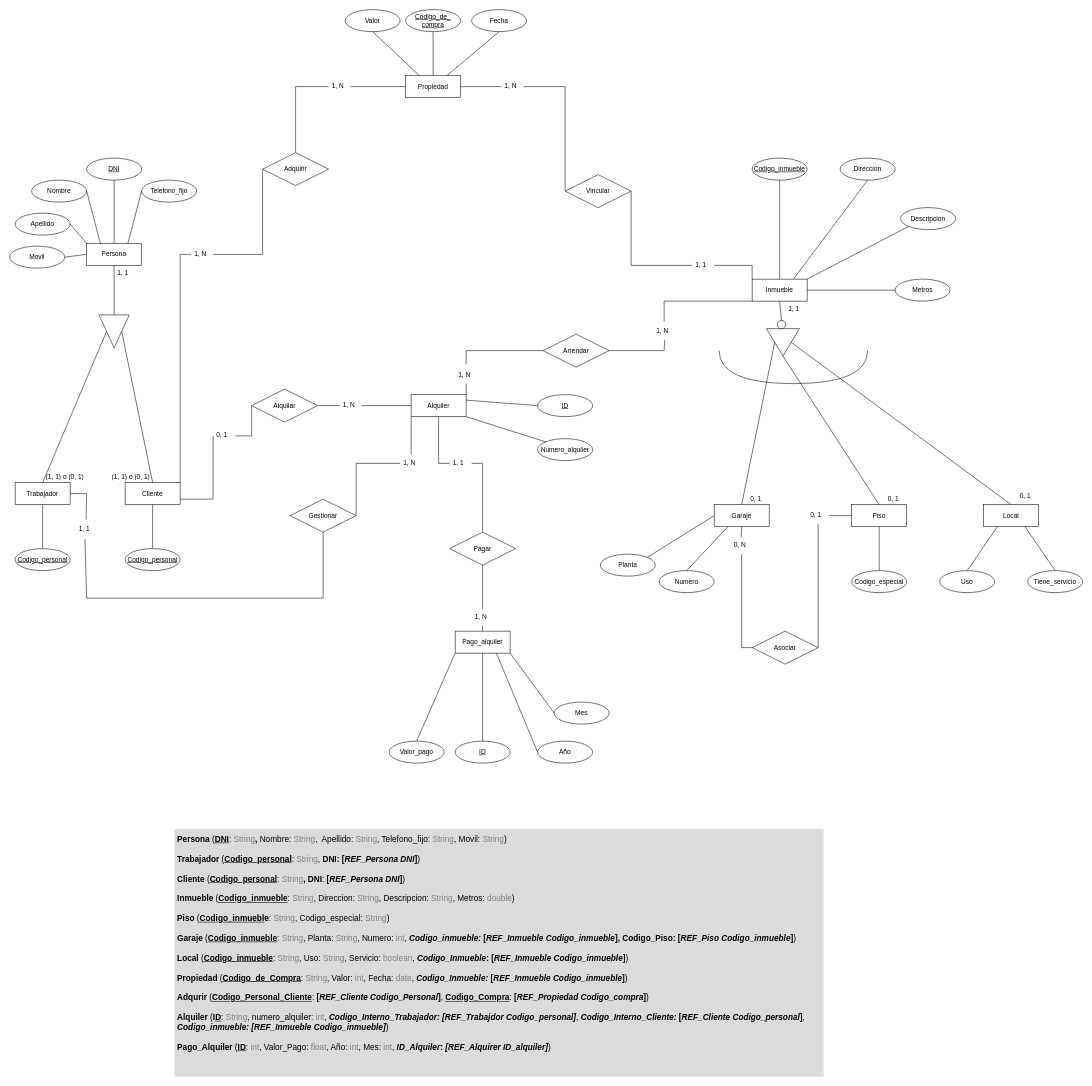
The draw.io diagram Actividad_18_C3_UD12.drawio in jordimall/jmg-tsys-ta12diagramasER-drawio-111023, before the edit. Source tidied: cells renumbered, new cells numbered last; positions are measured from the earlier drawing's top-left corner, leaving out a move shared by most shapes. Both pictures are drawn from the tidied source at 55%, with x=0, y=0 at pixel (9, 9).
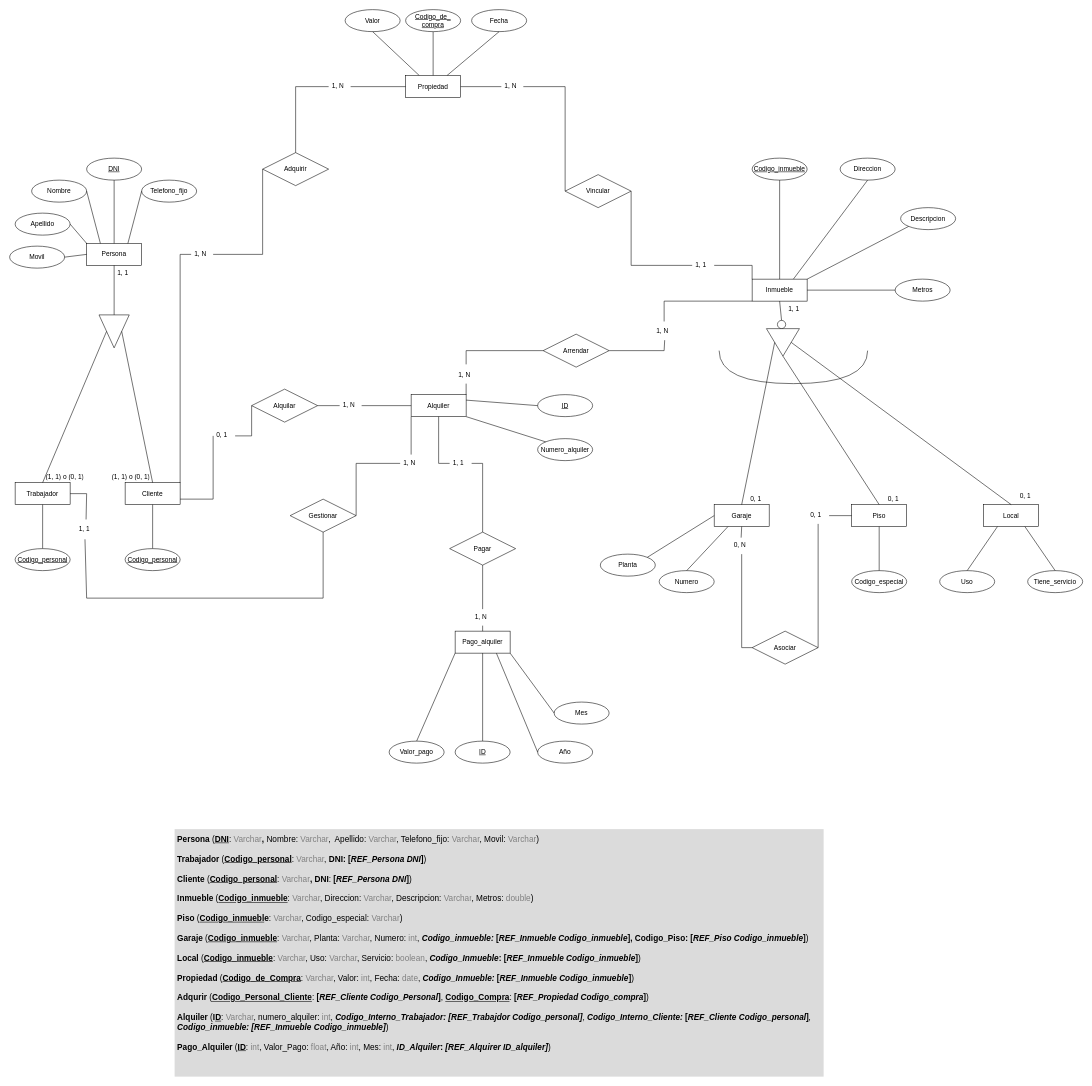
Above is the later version.

The edit, as a diff of the source:
```diff
@@
-    <mxCell id="107" value="&lt;div style=&quot;line-height: 120%;&quot;&gt;&lt;font style=&quot;font-size: 15px;&quot;&gt;&lt;b&gt;Persona &lt;/b&gt;(&lt;u style=&quot;font-weight: bold;&quot;&gt;DNI&lt;/u&gt;:&lt;b&gt;&amp;nbsp;&lt;/b&gt;&lt;/font&gt;&lt;font style=&quot;font-size: 15px;&quot;&gt;&lt;font color=&quot;#808080&quot;&gt;String&lt;/font&gt;&lt;b&gt;,&lt;/b&gt; Nombre:&amp;nbsp;&lt;/font&gt;&lt;font color=&quot;#808080&quot;&gt;String&lt;/font&gt;&lt;font style=&quot;font-size: 15px;&quot;&gt;,&amp;nbsp; Apellido:&amp;nbsp;&lt;/font&gt;&lt;font style=&quot;font-size: 15px;&quot;&gt;&lt;font color=&quot;#808080&quot;&gt;String&lt;/font&gt;, Telefono_fijo:&amp;nbsp;&lt;/font&gt;&lt;font color=&quot;#808080&quot;&gt;String&lt;/font&gt;&lt;font style=&quot;font-size: 15px;&quot;&gt;, Movil:&amp;nbsp;&lt;/font&gt;&lt;font color=&quot;#808080&quot;&gt;String&lt;/font&gt;&lt;span style=&quot;background-color: rgb(219, 219, 219);&quot;&gt;&lt;font style=&quot;font-size: 15px;&quot;&gt;)&lt;/font&gt;&lt;/span&gt;&lt;/div&gt;&lt;div style=&quot;line-height: 120%;&quot;&gt;&lt;span style=&quot;background-color: rgb(219, 219, 219);&quot;&gt;&lt;font style=&quot;font-size: 15px;&quot;&gt;&lt;br&gt;&lt;/font&gt;&lt;/span&gt;&lt;/div&gt;&lt;div style=&quot;line-height: 120%;&quot;&gt;&lt;font style=&quot;font-size: 15px;&quot;&gt;&lt;b&gt;Trabajador &lt;/b&gt;(&lt;u&gt;&lt;b&gt;Codigo_personal&lt;/b&gt;&lt;/u&gt;: &lt;font style=&quot;&quot; color=&quot;#808080&quot;&gt;String&lt;/font&gt;, &lt;b&gt;DNI: [&lt;i&gt;REF_Persona DNI&lt;/i&gt;]&lt;/b&gt;)&lt;/font&gt;&lt;/div&gt;&lt;div style=&quot;line-height: 120%;&quot;&gt;&lt;font style=&quot;font-size: 15px;&quot;&gt;&lt;br&gt;&lt;/font&gt;&lt;/div&gt;&lt;div style=&quot;line-height: 120%;&quot;&gt;&lt;font style=&quot;font-size: 15px;&quot;&gt;&lt;b&gt;Cliente &lt;/b&gt;(&lt;/font&gt;&lt;font style=&quot;font-size: 15px;&quot;&gt;&lt;u style=&quot;font-weight: bold;&quot;&gt;Codigo_personal&lt;/u&gt;:&lt;b&gt;&amp;nbsp;&lt;/b&gt;&lt;/font&gt;&lt;font color=&quot;#808080&quot;&gt;String&lt;/font&gt;&lt;font style=&quot;font-size: 15px;&quot;&gt;&lt;b&gt;,&lt;/b&gt;&amp;nbsp;&lt;b&gt;DNI&lt;/b&gt;:&amp;nbsp;&lt;/font&gt;&lt;b&gt;[&lt;i&gt;REF_Persona DNI&lt;/i&gt;]&lt;/b&gt;&lt;span style=&quot;background-color: rgb(219, 219, 219);&quot;&gt;&lt;font style=&quot;font-size: 15px;&quot;&gt;)&lt;/font&gt;&lt;/span&gt;&lt;/div&gt;&lt;div style=&quot;line-height: 120%;&quot;&gt;&lt;span style=&quot;background-color: rgb(219, 219, 219);&quot;&gt;&lt;font style=&quot;font-size: 15px;&quot;&gt;&lt;br&gt;&lt;/font&gt;&lt;/span&gt;&lt;/div&gt;&lt;div style=&quot;line-height: 120%;&quot;&gt;&lt;font style=&quot;font-size: 15px;&quot;&gt;&lt;b&gt;Inmueble &lt;/b&gt;(&lt;u style=&quot;font-weight: bold;&quot;&gt;Codigo_inmueble&lt;/u&gt;:&amp;nbsp;&lt;/font&gt;&lt;font color=&quot;#808080&quot;&gt;String&lt;/font&gt;&lt;font style=&quot;font-size: 15px;&quot;&gt;, Direccion:&amp;nbsp;&lt;/font&gt;&lt;font color=&quot;#808080&quot;&gt;String&lt;/font&gt;&lt;font style=&quot;font-size: 15px;&quot;&gt;, Descripcion:&amp;nbsp;&lt;/font&gt;&lt;font color=&quot;#808080&quot;&gt;String&lt;/font&gt;&lt;span style=&quot;background-color: rgb(219, 219, 219);&quot;&gt;&lt;font style=&quot;font-size: 15px;&quot;&gt;, Metros: &lt;font color=&quot;#808080&quot;&gt;double&lt;/font&gt;)&lt;/font&gt;&lt;/span&gt;&lt;/div&gt;&lt;div style=&quot;line-height: 120%;&quot;&gt;&lt;span style=&quot;background-color: rgb(219, 219, 219);&quot;&gt;&lt;font style=&quot;font-size: 15px;&quot;&gt;&lt;br&gt;&lt;/font&gt;&lt;/span&gt;&lt;/div&gt;&lt;div style=&quot;line-height: 120%;&quot;&gt;&lt;font style=&quot;font-size: 15px;&quot;&gt;&lt;b&gt;Piso &lt;/b&gt;(&lt;u style=&quot;font-weight: bold;&quot;&gt;Codigo_inmuebl&lt;/u&gt;&lt;b&gt;e&lt;/b&gt;:&lt;b&gt;&amp;nbsp;&lt;/b&gt;&lt;/font&gt;&lt;font style=&quot;&quot; color=&quot;#808080&quot;&gt;String&lt;/font&gt;&lt;font style=&quot;font-size: 15px;&quot;&gt;, Codigo_especial:&amp;nbsp;&lt;/font&gt;&lt;font color=&quot;#808080&quot;&gt;String&lt;/font&gt;&lt;span style=&quot;background-color: rgb(219, 219, 219);&quot;&gt;&lt;font style=&quot;font-size: 15px;&quot;&gt;)&lt;/font&gt;&lt;/span&gt;&lt;/div&gt;&lt;div style=&quot;line-height: 120%;&quot;&gt;&lt;span style=&quot;background-color: rgb(219, 219, 219);&quot;&gt;&lt;font style=&quot;font-size: 15px;&quot;&gt;&lt;br&gt;&lt;/font&gt;&lt;/span&gt;&lt;/div&gt;&lt;div style=&quot;line-height: 120%;&quot;&gt;&lt;font style=&quot;font-size: 15px;&quot;&gt;&lt;b&gt;Garaje &lt;/b&gt;(&lt;u style=&quot;font-weight: bold;&quot;&gt;Codigo_inmueble&lt;/u&gt;:&amp;nbsp;&lt;/font&gt;&lt;font style=&quot;&quot; color=&quot;#808080&quot;&gt;String&lt;/font&gt;&lt;font style=&quot;font-size: 15px;&quot;&gt;, Planta:&amp;nbsp;&lt;/font&gt;&lt;font color=&quot;#808080&quot;&gt;String&lt;/font&gt;&lt;font style=&quot;font-size: 15px;&quot;&gt;, Numero: &lt;font color=&quot;#808080&quot;&gt;int&lt;/font&gt;, &lt;i&gt;&lt;b&gt;Codigo_inmueble:&amp;nbsp;&lt;/b&gt;&lt;/i&gt;&lt;/font&gt;&lt;b&gt;[&lt;i&gt;REF_Inmueble Codigo_inmueble&lt;/i&gt;], Codigo_Piso: [&lt;i&gt;REF_Piso Codigo_inmueble&lt;/i&gt;]&lt;/b&gt;&lt;span style=&quot;background-color: rgb(219, 219, 219);&quot;&gt;&lt;font style=&quot;font-size: 15px;&quot;&gt;)&lt;/font&gt;&lt;/span&gt;&lt;/div&gt;&lt;div style=&quot;line-height: 120%;&quot;&gt;&lt;span style=&quot;background-color: rgb(219, 219, 219);&quot;&gt;&lt;font style=&quot;font-size: 15px;&quot;&gt;&lt;br&gt;&lt;/font&gt;&lt;/span&gt;&lt;/div&gt;&lt;div style=&quot;line-height: 120%;&quot;&gt;&lt;font style=&quot;font-size: 15px;&quot;&gt;&lt;b&gt;Local &lt;/b&gt;(&lt;u style=&quot;font-weight: bold;&quot;&gt;Codigo_inmueble&lt;/u&gt;:&amp;nbsp;&lt;/font&gt;&lt;font style=&quot;&quot; color=&quot;#808080&quot;&gt;String&lt;/font&gt;&lt;font style=&quot;font-size: 15px;&quot;&gt;, Uso: &lt;font color=&quot;#808080&quot;&gt;String&lt;/font&gt;, Servicio: &lt;font color=&quot;#808080&quot;&gt;boolean&lt;/font&gt;, &lt;b&gt;&lt;i&gt;Codigo_Inmueble&lt;/i&gt;:&amp;nbsp;&lt;/b&gt;&lt;/font&gt;&lt;b&gt;[&lt;i&gt;REF_Inmueble Codigo_inmueble&lt;/i&gt;]&lt;/b&gt;&lt;span style=&quot;background-color: rgb(219, 219, 219);&quot;&gt;&lt;font style=&quot;font-size: 15px;&quot;&gt;)&amp;nbsp;&lt;/font&gt;&lt;/span&gt;&lt;/div&gt;&lt;div style=&quot;line-height: 120%;&quot;&gt;&lt;span style=&quot;background-color: rgb(219, 219, 219);&quot;&gt;&lt;font style=&quot;font-size: 15px;&quot;&gt;&lt;br&gt;&lt;/font&gt;&lt;/span&gt;&lt;/div&gt;&lt;div style=&quot;line-height: 120%;&quot;&gt;&lt;font style=&quot;font-size: 15px;&quot;&gt;&lt;b&gt;Propiedad &lt;/b&gt;(&lt;b&gt;&lt;u&gt;Codigo_de_Compra&lt;/u&gt;&lt;/b&gt;:&amp;nbsp;&lt;/font&gt;&lt;font style=&quot;&quot; color=&quot;#808080&quot;&gt;String&lt;/font&gt;&lt;font style=&quot;font-size: 15px;&quot;&gt;, Valor: &lt;font color=&quot;#808080&quot;&gt;int&lt;/font&gt;, Fecha: &lt;font color=&quot;#808080&quot;&gt;date&lt;/font&gt;, &lt;i&gt;&lt;b&gt;Codigo_Inmueble:&amp;nbsp;&lt;/b&gt;&lt;/i&gt;&lt;/font&gt;&lt;b&gt;[&lt;i&gt;REF_Inmueble Codigo_inmueble&lt;/i&gt;]&lt;/b&gt;&lt;span style=&quot;background-color: rgb(219, 219, 219);&quot;&gt;&lt;font style=&quot;font-size: 15px;&quot;&gt;)&lt;/font&gt;&lt;/span&gt;&lt;/div&gt;&lt;div style=&quot;line-height: 120%;&quot;&gt;&lt;span style=&quot;background-color: rgb(219, 219, 219);&quot;&gt;&lt;font style=&quot;font-size: 15px;&quot;&gt;&lt;br&gt;&lt;/font&gt;&lt;/span&gt;&lt;/div&gt;&lt;div style=&quot;line-height: 120%;&quot;&gt;&lt;b&gt;Adqurir &lt;/b&gt;(&lt;u style=&quot;font-weight: bold;&quot;&gt;Codigo_Personal_Cliente&lt;/u&gt;: &lt;b&gt;[&lt;i&gt;REF_Cliente Codigo_Personal&lt;/i&gt;]&lt;/b&gt;, &lt;u style=&quot;font-weight: bold;&quot;&gt;Codigo_Compra&lt;/u&gt;: &lt;b&gt;[&lt;i&gt;REF_Propiedad Codigo_compra&lt;/i&gt;]&lt;/b&gt;&lt;span style=&quot;background-color: initial;&quot;&gt;)&lt;/span&gt;&lt;/div&gt;&lt;div style=&quot;line-height: 120%;&quot;&gt;&lt;span style=&quot;background-color: initial;&quot;&gt;&lt;br&gt;&lt;/span&gt;&lt;/div&gt;&lt;div style=&quot;line-height: 120%;&quot;&gt;&lt;font style=&quot;border-color: var(--border-color);&quot;&gt;&lt;b style=&quot;border-color: var(--border-color);&quot;&gt;Alquiler&amp;nbsp;&lt;/b&gt;(&lt;b style=&quot;border-color: var(--border-color);&quot;&gt;I&lt;/b&gt;&lt;u style=&quot;border-color: var(--border-color); font-weight: bold;&quot;&gt;D&lt;/u&gt;:&amp;nbsp;&lt;/font&gt;&lt;span style=&quot;border-color: var(--border-color);&quot;&gt;&lt;font color=&quot;#808080&quot;&gt;String&lt;/font&gt;&lt;/span&gt;&lt;font style=&quot;border-color: var(--border-color);&quot;&gt;, numero_alquiler: &lt;font color=&quot;#808080&quot;&gt;int&lt;/font&gt;,&amp;nbsp;&lt;i style=&quot;border-color: var(--border-color);&quot;&gt;&lt;b&gt;Codigo_Interno_Trabajador: [REF_Trabajdor Codigo_personal]&lt;/b&gt;&lt;/i&gt;&lt;/font&gt;&lt;font style=&quot;border-color: var(--border-color);&quot;&gt;,&amp;nbsp;&lt;b&gt;&lt;i style=&quot;border-color: var(--border-color);&quot;&gt;Codigo_Interno_Cliente: &lt;/i&gt;&lt;span style=&quot;border-color: var(--border-color);&quot;&gt;[&lt;i&gt;REF_Cliente Codigo_personal&lt;/i&gt;]&lt;/span&gt;&lt;/b&gt;&lt;/font&gt;&lt;font style=&quot;border-color: var(--border-color);&quot;&gt;&lt;i style=&quot;border-color: var(--border-color);&quot;&gt;, &lt;b&gt;Codigo_inmueble:&amp;nbsp;&lt;/b&gt;&lt;/i&gt;&lt;/font&gt;&lt;i&gt;&lt;b&gt;[REF_Inmueble Codigo_inmueble]&lt;/b&gt;&lt;/i&gt;&lt;font style=&quot;border-color: var(--border-color);&quot;&gt;)&lt;/font&gt;&lt;span style=&quot;background-color: initial;&quot;&gt;&lt;br&gt;&lt;/span&gt;&lt;/div&gt;&lt;div style=&quot;line-height: 120%;&quot;&gt;&lt;font style=&quot;border-color: var(--border-color);&quot;&gt;&lt;br&gt;&lt;/font&gt;&lt;/div&gt;&lt;div style=&quot;line-height: 120%;&quot;&gt;&lt;font style=&quot;border-color: var(--border-color);&quot;&gt;&lt;b&gt;Pago_Alquiler &lt;/b&gt;(&lt;b&gt;&lt;u&gt;ID&lt;/u&gt;&lt;/b&gt;: &lt;font color=&quot;#808080&quot;&gt;int&lt;/font&gt;, Valor_Pago: &lt;font color=&quot;#808080&quot;&gt;float&lt;/font&gt;, Año: &lt;font color=&quot;#808080&quot;&gt;int&lt;/font&gt;, Mes: &lt;font color=&quot;#808080&quot;&gt;int&lt;/font&gt;, &lt;b&gt;&lt;i&gt;ID_Alquiler&lt;/i&gt;: &lt;i&gt;[REF_Alquirer ID_alquiler&lt;/i&gt;&lt;/b&gt;&lt;/font&gt;&lt;i style=&quot;background-color: initial;&quot;&gt;&lt;b&gt;]&lt;/b&gt;&lt;/i&gt;&lt;span style=&quot;background-color: initial;&quot;&gt;)&lt;/span&gt;&lt;/div&gt;&lt;div style=&quot;line-height: 120%;&quot;&gt;&lt;font style=&quot;border-color: var(--border-color);&quot;&gt;&lt;br&gt;&lt;/font&gt;&lt;/div&gt;" style="text;html=1;strokeColor=none;fillColor=#dbdbdb;align=left;verticalAlign=top;whiteSpace=wrap;rounded=0;fontSize=15;spacing=5;" parent="1" vertex="1">
+    <mxCell id="107" value="&lt;div style=&quot;line-height: 120%;&quot;&gt;&lt;font style=&quot;font-size: 15px;&quot;&gt;&lt;b&gt;Persona &lt;/b&gt;(&lt;u style=&quot;font-weight: bold;&quot;&gt;DNI&lt;/u&gt;:&lt;b&gt;&amp;nbsp;&lt;/b&gt;&lt;/font&gt;&lt;font style=&quot;font-size: 15px;&quot;&gt;&lt;font color=&quot;#808080&quot;&gt;Varchar&lt;/font&gt;&lt;b&gt;,&lt;/b&gt; Nombre:&amp;nbsp;&lt;/font&gt;&lt;font style=&quot;font-size: 15px;&quot;&gt;&lt;font color=&quot;#808080&quot;&gt;Varchar&lt;/font&gt;,&amp;nbsp; Apellido:&amp;nbsp;&lt;/font&gt;&lt;font style=&quot;font-size: 15px;&quot;&gt;&lt;font color=&quot;#808080&quot;&gt;Varchar&lt;/font&gt;, Telefono_fijo:&amp;nbsp;&lt;/font&gt;&lt;font color=&quot;#808080&quot;&gt;Varchar&lt;/font&gt;&lt;font style=&quot;font-size: 15px;&quot;&gt;, Movil: &lt;font color=&quot;#808080&quot;&gt;V&lt;/font&gt;&lt;/font&gt;&lt;font color=&quot;#808080&quot;&gt;archar&lt;/font&gt;&lt;span style=&quot;background-color: rgb(219, 219, 219);&quot;&gt;&lt;font style=&quot;font-size: 15px;&quot;&gt;)&lt;/font&gt;&lt;/span&gt;&lt;/div&gt;&lt;div style=&quot;line-height: 120%;&quot;&gt;&lt;span style=&quot;background-color: rgb(219, 219, 219);&quot;&gt;&lt;font style=&quot;font-size: 15px;&quot;&gt;&lt;br&gt;&lt;/font&gt;&lt;/span&gt;&lt;/div&gt;&lt;div style=&quot;line-height: 120%;&quot;&gt;&lt;font style=&quot;font-size: 15px;&quot;&gt;&lt;b&gt;Trabajador &lt;/b&gt;(&lt;u&gt;&lt;b&gt;Codigo_personal&lt;/b&gt;&lt;/u&gt;: &lt;font style=&quot;&quot; color=&quot;#808080&quot;&gt;Varchar&lt;/font&gt;, &lt;b&gt;DNI: [&lt;i&gt;REF_Persona DNI&lt;/i&gt;]&lt;/b&gt;)&lt;/font&gt;&lt;/div&gt;&lt;div style=&quot;line-height: 120%;&quot;&gt;&lt;font style=&quot;font-size: 15px;&quot;&gt;&lt;br&gt;&lt;/font&gt;&lt;/div&gt;&lt;div style=&quot;line-height: 120%;&quot;&gt;&lt;font style=&quot;font-size: 15px;&quot;&gt;&lt;b&gt;Cliente &lt;/b&gt;(&lt;/font&gt;&lt;font style=&quot;font-size: 15px;&quot;&gt;&lt;u style=&quot;font-weight: bold;&quot;&gt;Codigo_personal&lt;/u&gt;:&lt;b&gt;&amp;nbsp;&lt;/b&gt;&lt;/font&gt;&lt;font color=&quot;#808080&quot;&gt;Varchar&lt;/font&gt;&lt;font style=&quot;font-size: 15px;&quot;&gt;&lt;b&gt;,&lt;/b&gt;&amp;nbsp;&lt;b&gt;DNI&lt;/b&gt;:&amp;nbsp;&lt;/font&gt;&lt;b&gt;[&lt;i&gt;REF_Persona DNI&lt;/i&gt;]&lt;/b&gt;&lt;span style=&quot;background-color: rgb(219, 219, 219);&quot;&gt;&lt;font style=&quot;font-size: 15px;&quot;&gt;)&lt;/font&gt;&lt;/span&gt;&lt;/div&gt;&lt;div style=&quot;line-height: 120%;&quot;&gt;&lt;span style=&quot;background-color: rgb(219, 219, 219);&quot;&gt;&lt;font style=&quot;font-size: 15px;&quot;&gt;&lt;br&gt;&lt;/font&gt;&lt;/span&gt;&lt;/div&gt;&lt;div style=&quot;line-height: 120%;&quot;&gt;&lt;font style=&quot;font-size: 15px;&quot;&gt;&lt;b&gt;Inmueble &lt;/b&gt;(&lt;u style=&quot;font-weight: bold;&quot;&gt;Codigo_inmueble&lt;/u&gt;:&amp;nbsp;&lt;/font&gt;&lt;font color=&quot;#808080&quot;&gt;Varchar&lt;/font&gt;&lt;font style=&quot;font-size: 15px;&quot;&gt;, Direccion:&amp;nbsp;&lt;/font&gt;&lt;font color=&quot;#808080&quot;&gt;Varchar&lt;/font&gt;&lt;font style=&quot;font-size: 15px;&quot;&gt;, Descripcion:&amp;nbsp;&lt;/font&gt;&lt;font color=&quot;#808080&quot;&gt;Varchar&lt;/font&gt;&lt;span style=&quot;background-color: rgb(219, 219, 219);&quot;&gt;&lt;font style=&quot;font-size: 15px;&quot;&gt;, Metros: &lt;font color=&quot;#808080&quot;&gt;double&lt;/font&gt;)&lt;/font&gt;&lt;/span&gt;&lt;/div&gt;&lt;div style=&quot;line-height: 120%;&quot;&gt;&lt;span style=&quot;background-color: rgb(219, 219, 219);&quot;&gt;&lt;font style=&quot;font-size: 15px;&quot;&gt;&lt;br&gt;&lt;/font&gt;&lt;/span&gt;&lt;/div&gt;&lt;div style=&quot;line-height: 120%;&quot;&gt;&lt;font style=&quot;font-size: 15px;&quot;&gt;&lt;b&gt;Piso &lt;/b&gt;(&lt;u style=&quot;font-weight: bold;&quot;&gt;Codigo_inmuebl&lt;/u&gt;&lt;b&gt;e&lt;/b&gt;:&lt;b&gt;&amp;nbsp;&lt;/b&gt;&lt;/font&gt;&lt;font style=&quot;&quot; color=&quot;#808080&quot;&gt;Varchar&lt;/font&gt;&lt;font style=&quot;font-size: 15px;&quot;&gt;, Codigo_especial:&amp;nbsp;&lt;/font&gt;&lt;font color=&quot;#808080&quot;&gt;Varchar&lt;/font&gt;&lt;span style=&quot;background-color: rgb(219, 219, 219);&quot;&gt;&lt;font style=&quot;font-size: 15px;&quot;&gt;)&lt;/font&gt;&lt;/span&gt;&lt;/div&gt;&lt;div style=&quot;line-height: 120%;&quot;&gt;&lt;span style=&quot;background-color: rgb(219, 219, 219);&quot;&gt;&lt;font style=&quot;font-size: 15px;&quot;&gt;&lt;br&gt;&lt;/font&gt;&lt;/span&gt;&lt;/div&gt;&lt;div style=&quot;line-height: 120%;&quot;&gt;&lt;font style=&quot;font-size: 15px;&quot;&gt;&lt;b&gt;Garaje &lt;/b&gt;(&lt;u style=&quot;font-weight: bold;&quot;&gt;Codigo_inmueble&lt;/u&gt;:&amp;nbsp;&lt;/font&gt;&lt;font style=&quot;&quot; color=&quot;#808080&quot;&gt;Varchar&lt;/font&gt;&lt;font style=&quot;font-size: 15px;&quot;&gt;, Planta:&amp;nbsp;&lt;/font&gt;&lt;font color=&quot;#808080&quot;&gt;Varchar&lt;/font&gt;&lt;font style=&quot;font-size: 15px;&quot;&gt;, Numero: &lt;font color=&quot;#808080&quot;&gt;int&lt;/font&gt;, &lt;i&gt;&lt;b&gt;Codigo_inmueble:&amp;nbsp;&lt;/b&gt;&lt;/i&gt;&lt;/font&gt;&lt;b&gt;[&lt;i&gt;REF_Inmueble Codigo_inmueble&lt;/i&gt;], Codigo_Piso: [&lt;i&gt;REF_Piso Codigo_inmueble&lt;/i&gt;]&lt;/b&gt;&lt;span style=&quot;background-color: rgb(219, 219, 219);&quot;&gt;&lt;font style=&quot;font-size: 15px;&quot;&gt;)&lt;/font&gt;&lt;/span&gt;&lt;/div&gt;&lt;div style=&quot;line-height: 120%;&quot;&gt;&lt;span style=&quot;background-color: rgb(219, 219, 219);&quot;&gt;&lt;font style=&quot;font-size: 15px;&quot;&gt;&lt;br&gt;&lt;/font&gt;&lt;/span&gt;&lt;/div&gt;&lt;div style=&quot;line-height: 120%;&quot;&gt;&lt;font style=&quot;font-size: 15px;&quot;&gt;&lt;b&gt;Local &lt;/b&gt;(&lt;u style=&quot;font-weight: bold;&quot;&gt;Codigo_inmueble&lt;/u&gt;:&amp;nbsp;&lt;/font&gt;&lt;font style=&quot;&quot; color=&quot;#808080&quot;&gt;Varchar&lt;/font&gt;&lt;font style=&quot;font-size: 15px;&quot;&gt;, Uso: &lt;font color=&quot;#808080&quot;&gt;Varchar&lt;/font&gt;, Servicio: &lt;font color=&quot;#808080&quot;&gt;boolean&lt;/font&gt;, &lt;b&gt;&lt;i&gt;Codigo_Inmueble&lt;/i&gt;:&amp;nbsp;&lt;/b&gt;&lt;/font&gt;&lt;b&gt;[&lt;i&gt;REF_Inmueble Codigo_inmueble&lt;/i&gt;]&lt;/b&gt;&lt;span style=&quot;background-color: rgb(219, 219, 219);&quot;&gt;&lt;font style=&quot;font-size: 15px;&quot;&gt;)&amp;nbsp;&lt;/font&gt;&lt;/span&gt;&lt;/div&gt;&lt;div style=&quot;line-height: 120%;&quot;&gt;&lt;span style=&quot;background-color: rgb(219, 219, 219);&quot;&gt;&lt;font style=&quot;font-size: 15px;&quot;&gt;&lt;br&gt;&lt;/font&gt;&lt;/span&gt;&lt;/div&gt;&lt;div style=&quot;line-height: 120%;&quot;&gt;&lt;font style=&quot;font-size: 15px;&quot;&gt;&lt;b&gt;Propiedad &lt;/b&gt;(&lt;b&gt;&lt;u&gt;Codigo_de_Compra&lt;/u&gt;&lt;/b&gt;:&amp;nbsp;&lt;/font&gt;&lt;font style=&quot;&quot; color=&quot;#808080&quot;&gt;Varchar&lt;/font&gt;&lt;font style=&quot;font-size: 15px;&quot;&gt;, Valor: &lt;font color=&quot;#808080&quot;&gt;int&lt;/font&gt;, Fecha: &lt;font color=&quot;#808080&quot;&gt;date&lt;/font&gt;, &lt;i&gt;&lt;b&gt;Codigo_Inmueble:&amp;nbsp;&lt;/b&gt;&lt;/i&gt;&lt;/font&gt;&lt;b&gt;[&lt;i&gt;REF_Inmueble Codigo_inmueble&lt;/i&gt;]&lt;/b&gt;&lt;span style=&quot;background-color: rgb(219, 219, 219);&quot;&gt;&lt;font style=&quot;font-size: 15px;&quot;&gt;)&lt;/font&gt;&lt;/span&gt;&lt;/div&gt;&lt;div style=&quot;line-height: 120%;&quot;&gt;&lt;span style=&quot;background-color: rgb(219, 219, 219);&quot;&gt;&lt;font style=&quot;font-size: 15px;&quot;&gt;&lt;br&gt;&lt;/font&gt;&lt;/span&gt;&lt;/div&gt;&lt;div style=&quot;line-height: 120%;&quot;&gt;&lt;b&gt;Adqurir &lt;/b&gt;(&lt;u style=&quot;font-weight: bold;&quot;&gt;Codigo_Personal_Cliente&lt;/u&gt;: &lt;b&gt;[&lt;i&gt;REF_Cliente Codigo_Personal&lt;/i&gt;]&lt;/b&gt;, &lt;u style=&quot;font-weight: bold;&quot;&gt;Codigo_Compra&lt;/u&gt;: &lt;b&gt;[&lt;i&gt;REF_Propiedad Codigo_compra&lt;/i&gt;]&lt;/b&gt;&lt;span style=&quot;background-color: initial;&quot;&gt;)&lt;/span&gt;&lt;/div&gt;&lt;div style=&quot;line-height: 120%;&quot;&gt;&lt;span style=&quot;background-color: initial;&quot;&gt;&lt;br&gt;&lt;/span&gt;&lt;/div&gt;&lt;div style=&quot;line-height: 120%;&quot;&gt;&lt;font style=&quot;border-color: var(--border-color);&quot;&gt;&lt;b style=&quot;border-color: var(--border-color);&quot;&gt;Alquiler&amp;nbsp;&lt;/b&gt;(&lt;b style=&quot;border-color: var(--border-color);&quot;&gt;I&lt;/b&gt;&lt;u style=&quot;border-color: var(--border-color); font-weight: bold;&quot;&gt;D&lt;/u&gt;:&amp;nbsp;&lt;/font&gt;&lt;span style=&quot;border-color: var(--border-color);&quot;&gt;&lt;font color=&quot;#808080&quot;&gt;Varchar&lt;/font&gt;&lt;/span&gt;&lt;font style=&quot;border-color: var(--border-color);&quot;&gt;, numero_alquiler: &lt;font color=&quot;#808080&quot;&gt;int&lt;/font&gt;,&amp;nbsp;&lt;i style=&quot;border-color: var(--border-color);&quot;&gt;&lt;b&gt;Codigo_Interno_Trabajador: [REF_Trabajdor Codigo_personal]&lt;/b&gt;&lt;/i&gt;&lt;/font&gt;&lt;font style=&quot;border-color: var(--border-color);&quot;&gt;,&amp;nbsp;&lt;b&gt;&lt;i style=&quot;border-color: var(--border-color);&quot;&gt;Codigo_Interno_Cliente: &lt;/i&gt;&lt;span style=&quot;border-color: var(--border-color);&quot;&gt;[&lt;i&gt;REF_Cliente Codigo_personal&lt;/i&gt;]&lt;/span&gt;&lt;/b&gt;&lt;/font&gt;&lt;font style=&quot;border-color: var(--border-color);&quot;&gt;&lt;i style=&quot;border-color: var(--border-color);&quot;&gt;, &lt;b&gt;Codigo_inmueble:&amp;nbsp;&lt;/b&gt;&lt;/i&gt;&lt;/font&gt;&lt;i&gt;&lt;b&gt;[REF_Inmueble Codigo_inmueble]&lt;/b&gt;&lt;/i&gt;&lt;font style=&quot;border-color: var(--border-color);&quot;&gt;)&lt;/font&gt;&lt;span style=&quot;background-color: initial;&quot;&gt;&lt;br&gt;&lt;/span&gt;&lt;/div&gt;&lt;div style=&quot;line-height: 120%;&quot;&gt;&lt;font style=&quot;border-color: var(--border-color);&quot;&gt;&lt;br&gt;&lt;/font&gt;&lt;/div&gt;&lt;div style=&quot;line-height: 120%;&quot;&gt;&lt;font style=&quot;border-color: var(--border-color);&quot;&gt;&lt;b&gt;Pago_Alquiler &lt;/b&gt;(&lt;b&gt;&lt;u&gt;ID&lt;/u&gt;&lt;/b&gt;: &lt;font color=&quot;#808080&quot;&gt;int&lt;/font&gt;, Valor_Pago: &lt;font color=&quot;#808080&quot;&gt;float&lt;/font&gt;, Año: &lt;font color=&quot;#808080&quot;&gt;int&lt;/font&gt;, Mes: &lt;font color=&quot;#808080&quot;&gt;int&lt;/font&gt;, &lt;b&gt;&lt;i&gt;ID_Alquiler&lt;/i&gt;: &lt;i&gt;[REF_Alquirer ID_alquiler&lt;/i&gt;&lt;/b&gt;&lt;/font&gt;&lt;i style=&quot;background-color: initial;&quot;&gt;&lt;b&gt;]&lt;/b&gt;&lt;/i&gt;&lt;span style=&quot;background-color: initial;&quot;&gt;)&lt;/span&gt;&lt;/div&gt;&lt;div style=&quot;line-height: 120%;&quot;&gt;&lt;font style=&quot;border-color: var(--border-color);&quot;&gt;&lt;br&gt;&lt;/font&gt;&lt;/div&gt;" style="text;html=1;strokeColor=none;fillColor=#dbdbdb;align=left;verticalAlign=top;whiteSpace=wrap;rounded=0;fontSize=15;spacing=5;" parent="1" vertex="1">
       <mxGeometry x="300" y="1490" width="1180" height="450" as="geometry" />
     </mxCell>
```
